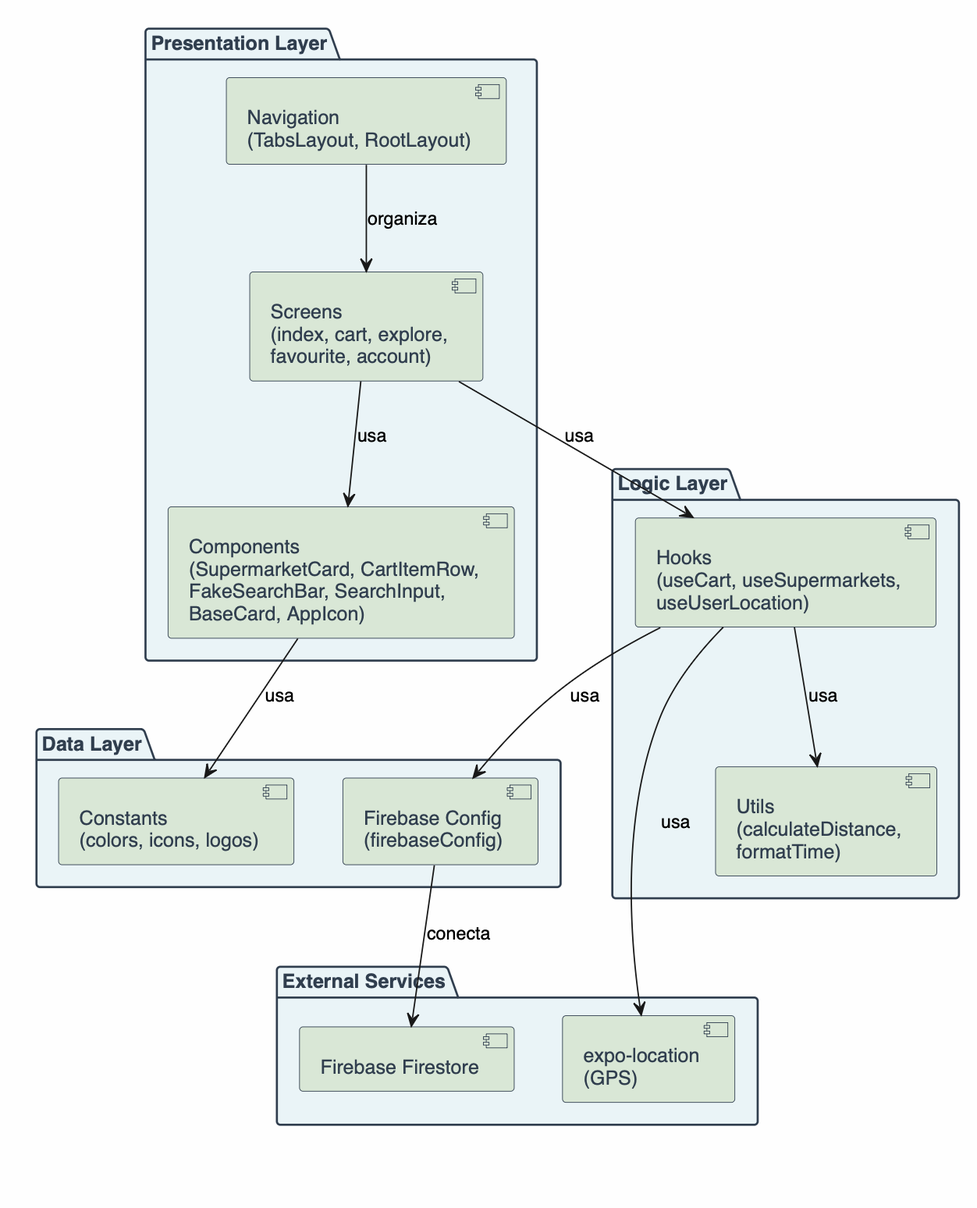
Earlier version of the PlantUML export docs/architecture/package_diagram.png (lluissampaio/FEUP-ES-Project). Its source is kept beside it as docs/architecture/package_diagram.puml.
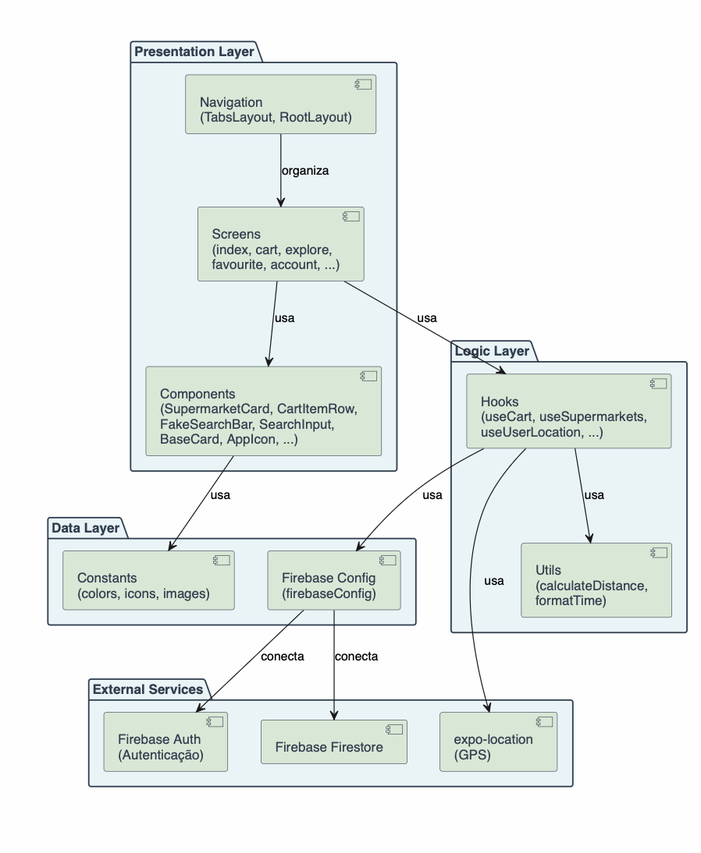
After the commit.

Commit message:
docs: atualizar package diagram com Firebase Auth, images e reticências

The edit, as a diff of the source:
```diff
@@ -11,25 +11,25 @@
   FontColor #2C3E50
 }
 
-
 package "Presentation Layer" {
-  component "Screens\n(index, cart, explore,\nfavourite, account)" as Screens
-  component "Components\n(SupermarketCard, CartItemRow,\nFakeSearchBar, SearchInput,\nBaseCard, AppIcon)" as Components
+  component "Screens\n(index, cart, explore,\nfavourite, account, ...)" as Screens
+  component "Components\n(SupermarketCard, CartItemRow,\nFakeSearchBar, SearchInput,\nBaseCard, AppIcon, ...)" as Components
   component "Navigation\n(TabsLayout, RootLayout)" as Navigation
 }
 
 package "Logic Layer" {
-  component "Hooks\n(useCart, useSupermarkets,\nuseUserLocation)" as Hooks
+  component "Hooks\n(useCart, useSupermarkets,\nuseUserLocation, ...)" as Hooks
   component "Utils\n(calculateDistance,\nformatTime)" as Utils
 }
 
 package "Data Layer" {
   component "Firebase Config\n(firebaseConfig)" as FirebaseConfig
-  component "Constants\n(colors, icons, logos)" as Constants
+  component "Constants\n(colors, icons, images)" as Constants
 }
 
 package "External Services" {
   component "Firebase Firestore" as Firestore
+  component "Firebase Auth\n(Autenticação)" as Auth
   component "expo-location\n(GPS)" as Location
 }
 
@@ -40,6 +40,7 @@
 Hooks --> FirebaseConfig : usa
 Hooks --> Location : usa
 FirebaseConfig --> Firestore : conecta
+FirebaseConfig --> Auth : conecta
 Components --> Constants : usa
 
 @enduml
```
